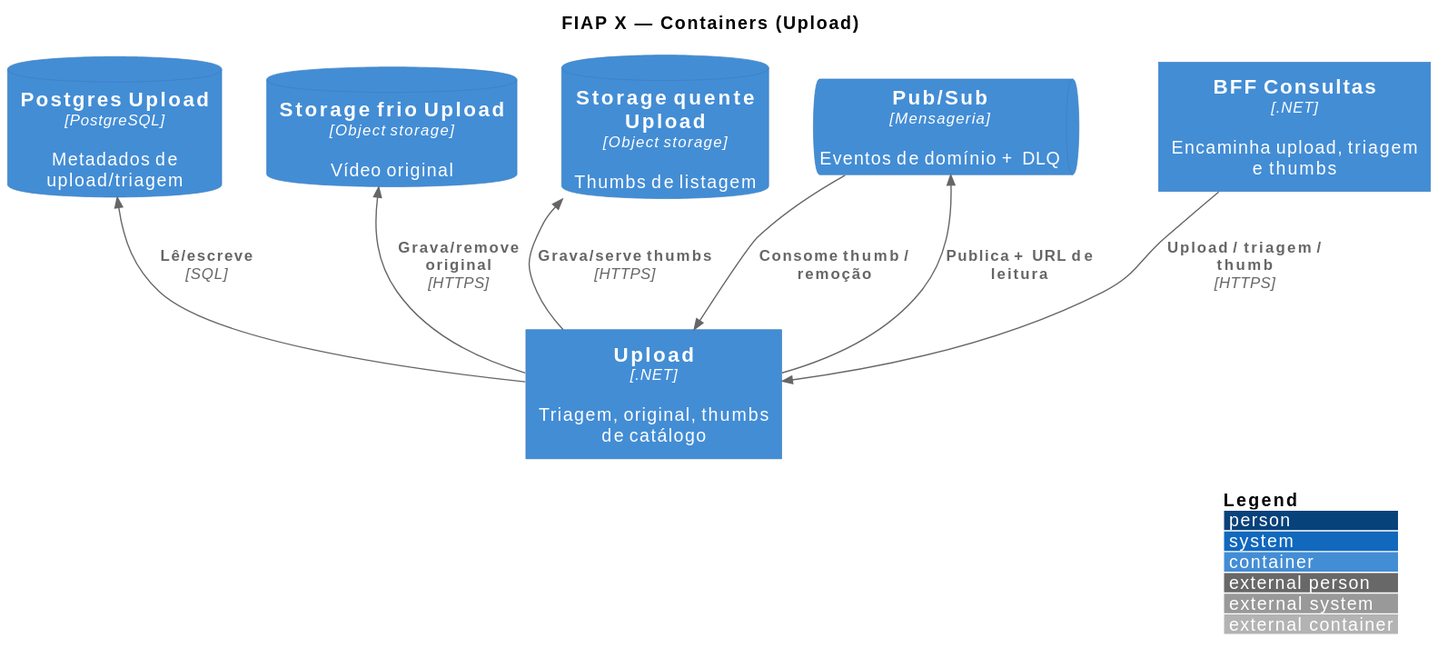
Before: arquitetura/03_containers-upload.svg, a diagram exported from PlantUML (fiap-x-vcosta/docs).
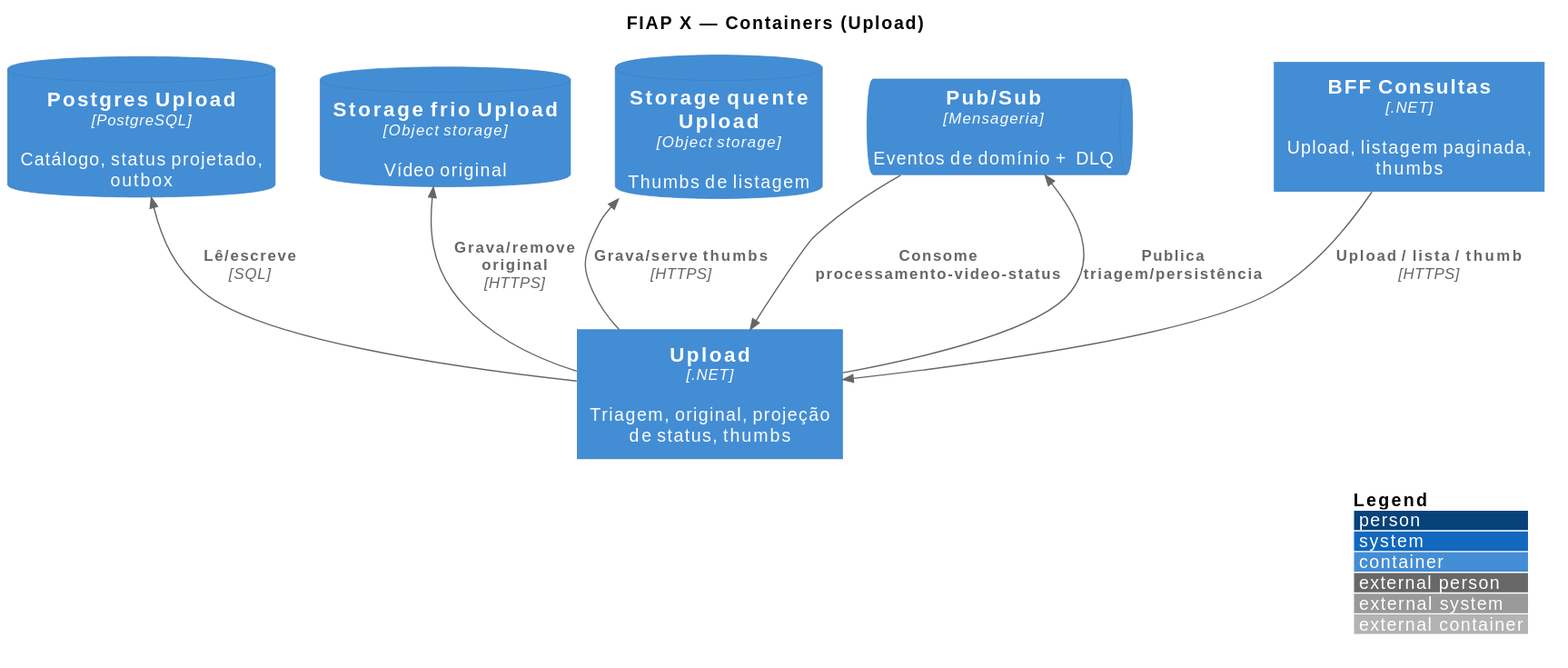
After the change.

Diff of the diagram source:
```diff
@@ -6,19 +6,19 @@
 
 title FIAP X — Containers (Upload)
 
-Container(bff, "BFF Consultas", ".NET", "Encaminha upload, triagem e thumbs")
-Container(upload, "Upload", ".NET", "Triagem, original, thumbs de catálogo")
-ContainerDb(pgUpload, "Postgres Upload", "PostgreSQL", "Metadados de upload/triagem")
+Container(bff, "BFF Consultas", ".NET", "Upload, listagem paginada, thumbs")
+Container(upload, "Upload", ".NET", "Triagem, original, projeção de status, thumbs")
+ContainerDb(pgUpload, "Postgres Upload", "PostgreSQL", "Catálogo, status projetado, outbox")
 ContainerDb(frioUp, "Storage frio Upload", "Object storage", "Vídeo original")
 ContainerDb(quente, "Storage quente Upload", "Object storage", "Thumbs de listagem")
 ContainerQueue(pubsub, "Pub/Sub", "Mensageria", "Eventos de domínio + DLQ")
 
-Rel(bff, upload, "Upload / triagem / thumb", "HTTPS")
+Rel(bff, upload, "Upload / lista / thumb", "HTTPS")
 Rel(upload, pgUpload, "Lê/escreve", "SQL")
 Rel(upload, frioUp, "Grava/remove original", "HTTPS")
 Rel(upload, quente, "Grava/serve thumbs", "HTTPS")
-Rel(upload, pubsub, "Publica + URL de leitura")
-Rel(pubsub, upload, "Consome thumb / remoção")
+Rel(upload, pubsub, "Publica triagem/persistência")
+Rel(pubsub, upload, "Consome processamento-video-status")
 
 Lay_D(bff, upload)
 Lay_D(upload, pgUpload)
```
